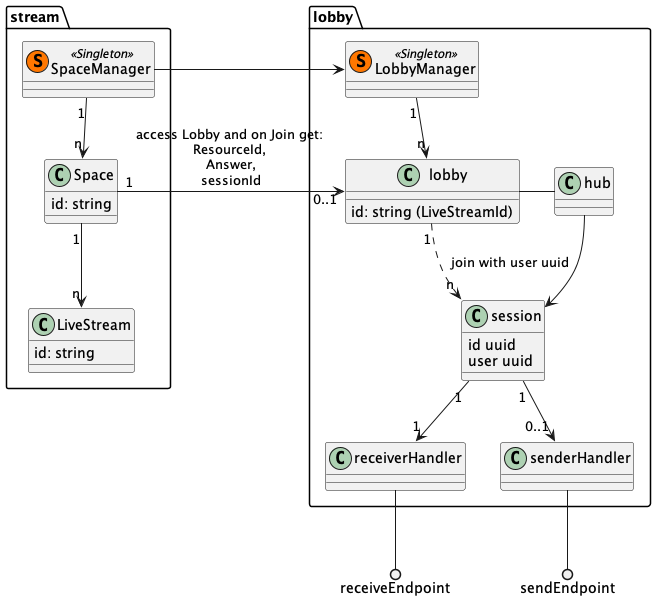
This is docs/uml/class/lobby.class.png from shigde/sfu, a PlantUML export, as it was before one commit.
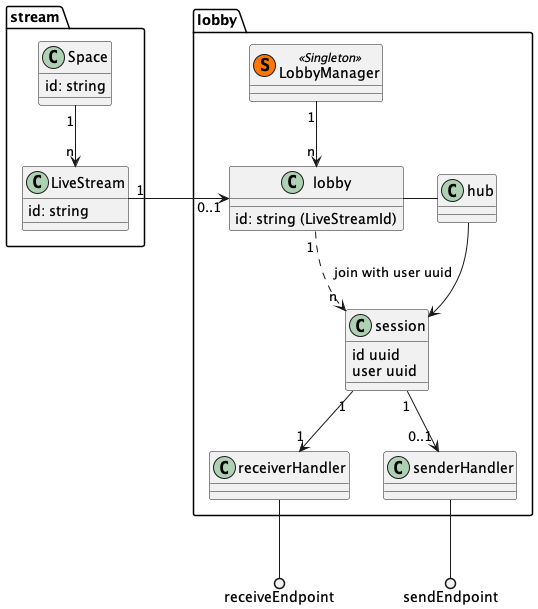
The same diagram one commit later.

Diff of the diagram source:
```diff
@@ -1,44 +1,45 @@
 @startuml
+
 package stream {
-class SpaceManager << (S,#FF7700) Singleton >>
-class Space {
-    id: string
-}
-class LiveStream {
-    id: string
-}
+    class Space {
+        id: string
+    }
+    class LiveStream {
+        id: string
+    }
 
-SpaceManager "1" --> "n" Space
-Space "1"-->"n" LiveStream
-}
-
-package "lobby" as X {
-class LobbyManager << (S,#FF7700) Singleton >>
-class lobby {
-    id: string (LiveStreamId)
-}
-
-class session {
-    id uuid
-    user uuid
-}
-
-SpaceManager -> LobbyManager
-LobbyManager "1" --> "n" lobby
-lobby "1" ..> "n" session : "  join with user uuid"
-lobby - hub
-hub --> session
-session "1" --> "1" receiverHandler
-session "1" --> "0..1" senderHandler
+    Space "1" --> "n" LiveStream
 }
 
 
+package "lobby" as X {
+    class LobbyManager << (S,#FF7700) Singleton >>
+    class lobby {
+        id: string (LiveStreamId)
+    }
+
+    class session {
+        id uuid
+        user uuid
+    }
+    class hub {}
+
+    class receiverHandler {}
+    class senderHandler {}
+
+
+}
+
+LiveStream "1"->"0..1" lobby : "                "
+
+    LobbyManager "1" --> "n" lobby
+    lobby "1" ..> "n" session : "  join with user uuid"
+    lobby - hub
+    hub --> session
+    session "1" --> "1" receiverHandler
+    session "1" --> "0..1" senderHandler
 
 receiverHandler --() receiveEndpoint : "         "
 senderHandler --() sendEndpoint
 
-
-Space "1"->"0..1" lobby : access Lobby and on Join get: \nResourceId, \nAnswer,\nsessionId
-
-
 @enduml
```
